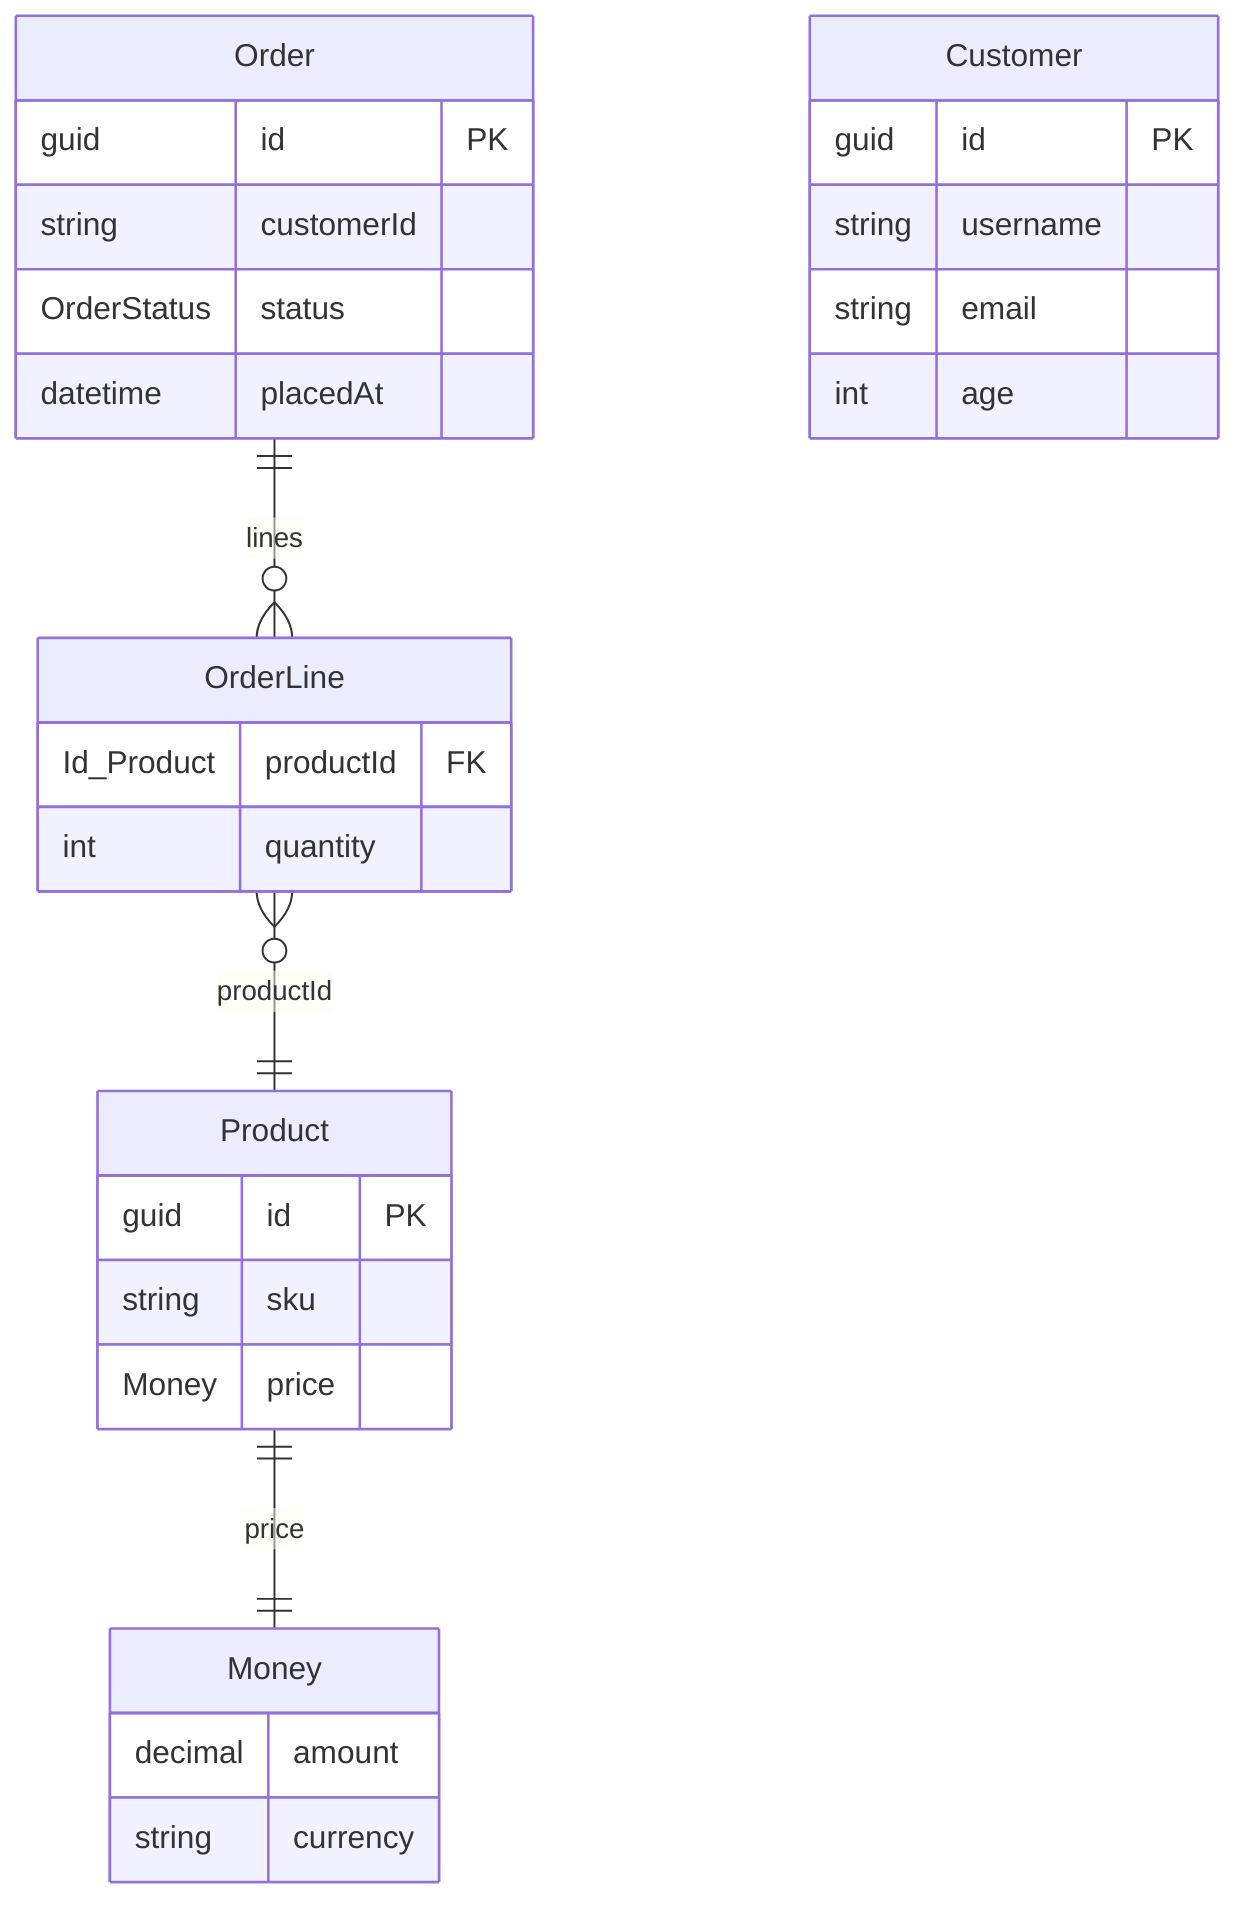
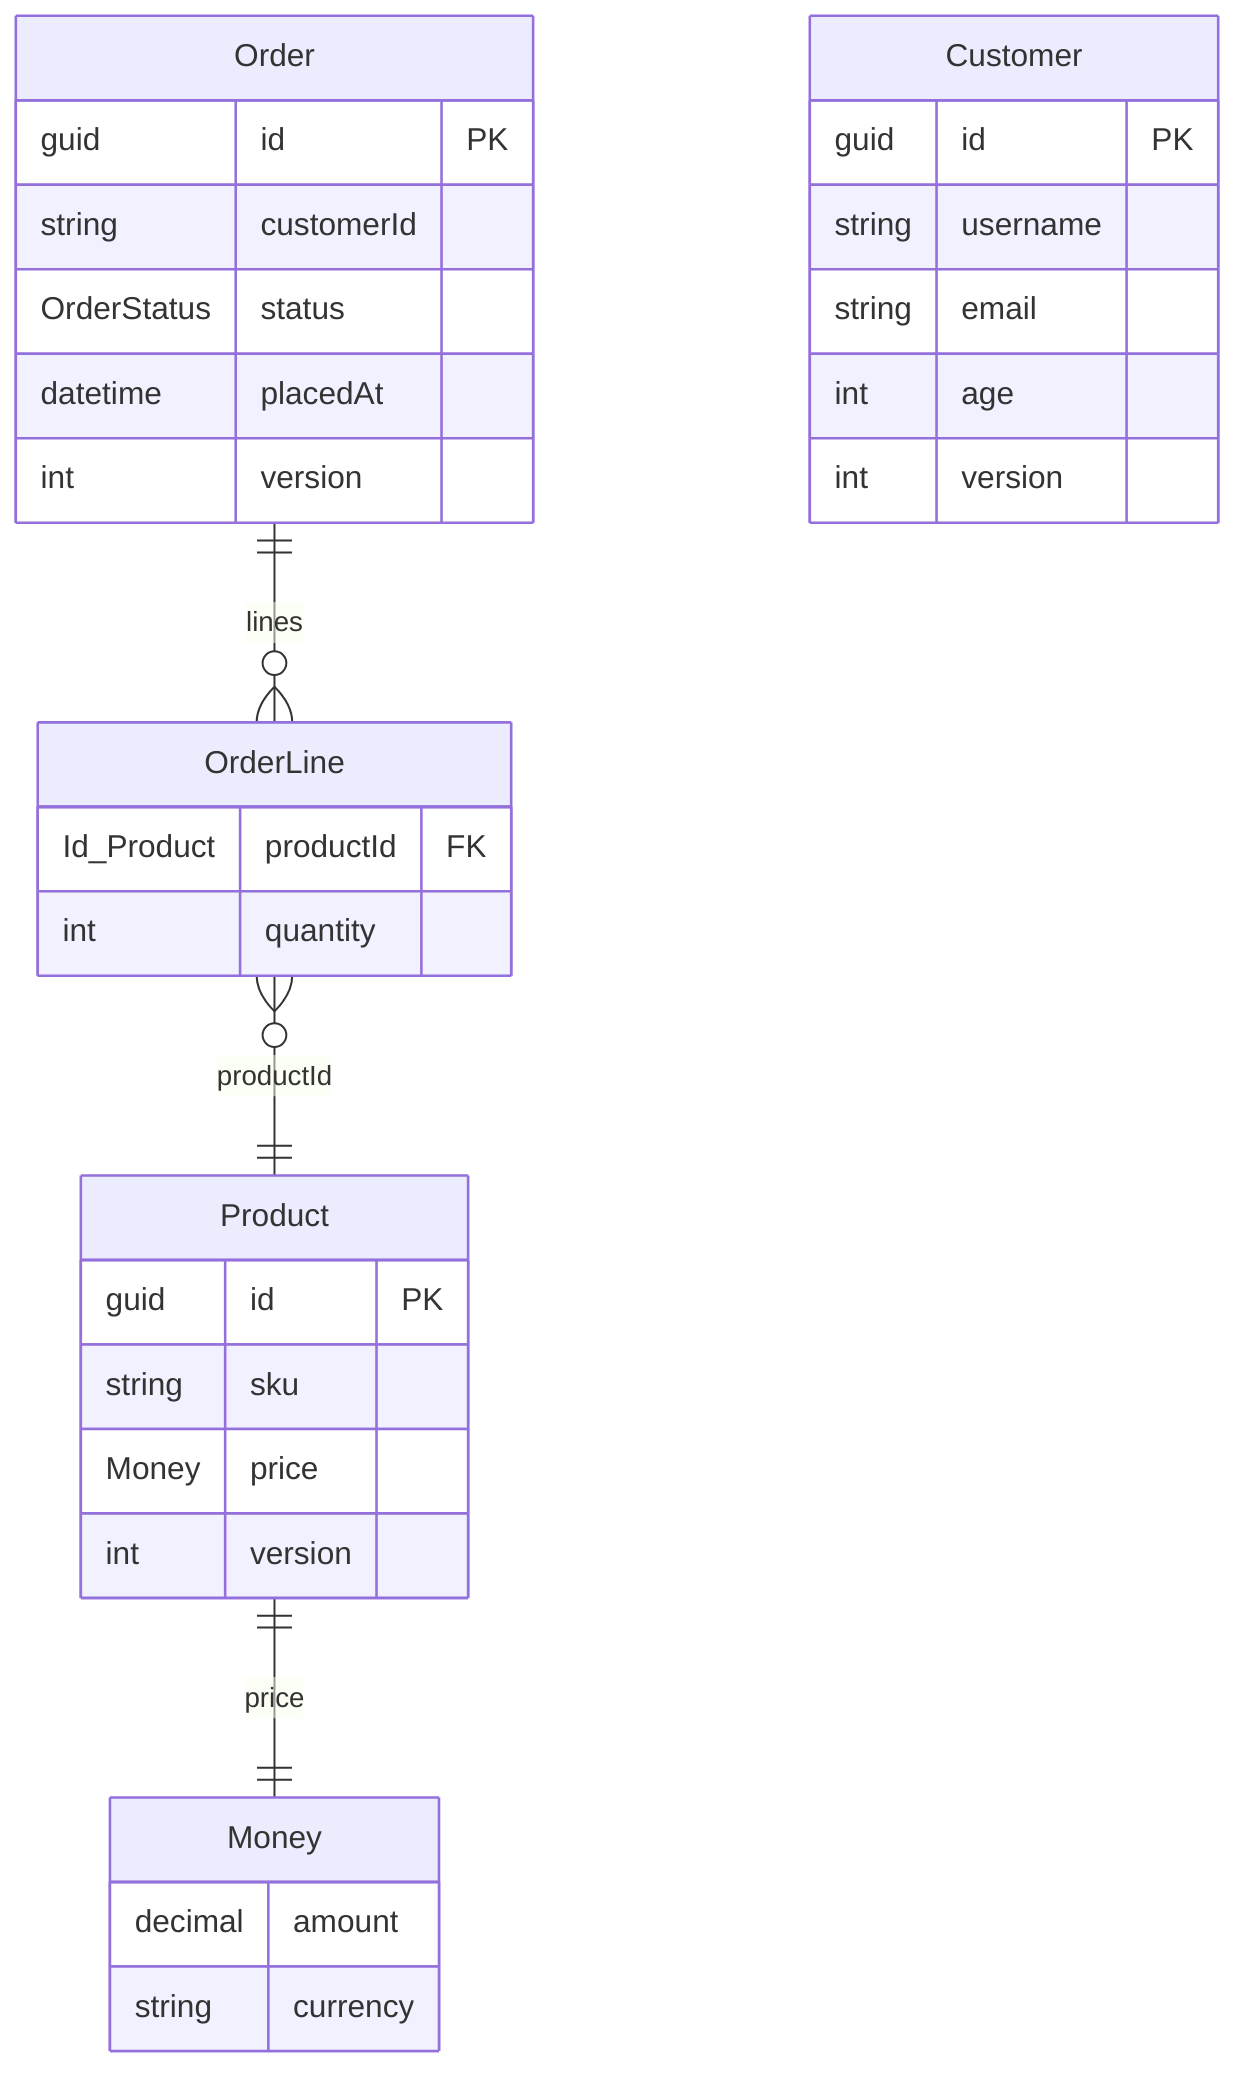
%% Loom ER diagram — generated from the IR, do not edit by hand.
%% System: Acme
erDiagram
  Product {
    guid id PK
    string sku
    Money price
+     int version
  }
  Money {
    decimal amount
    string currency
  }
  Order {
    guid id PK
    string customerId
    OrderStatus status
    datetime placedAt
+     int version
  }
  OrderLine {
    Id_Product productId FK
    int quantity
  }
  Customer {
    guid id PK
    string username
    string email
    int age
+     int version
  }
  Product ||--|| Money : "price"
  Order ||--o{ OrderLine : "lines"
  OrderLine }o--|| Product : "productId"
